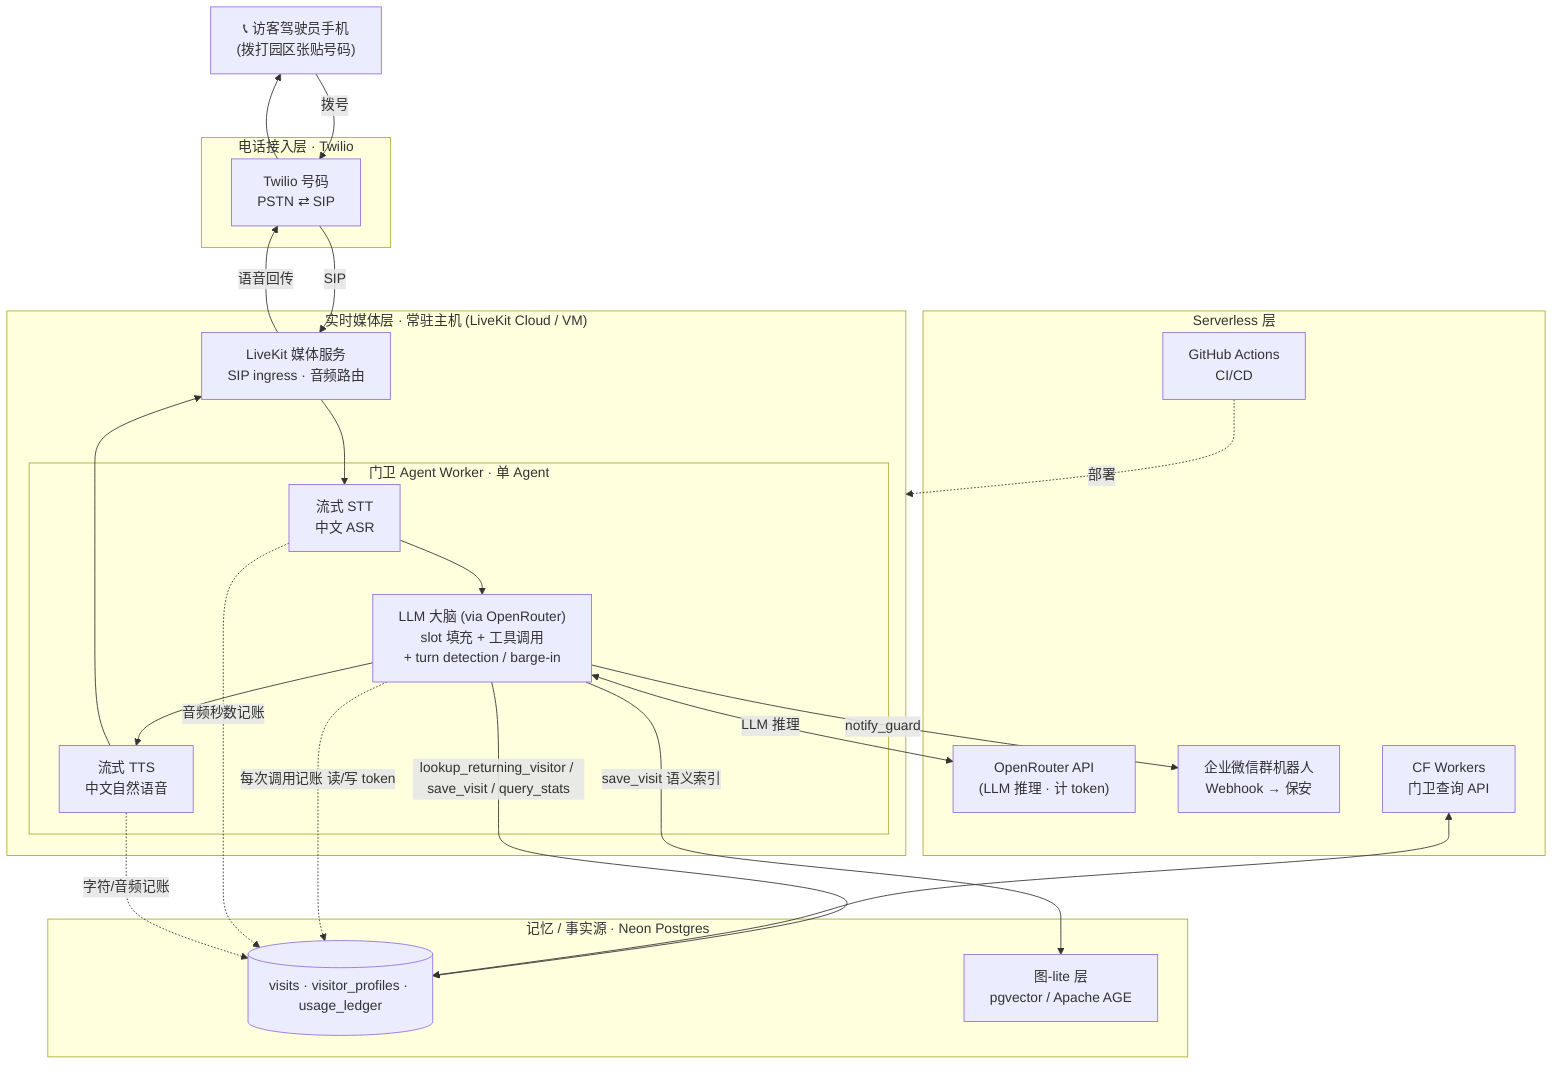
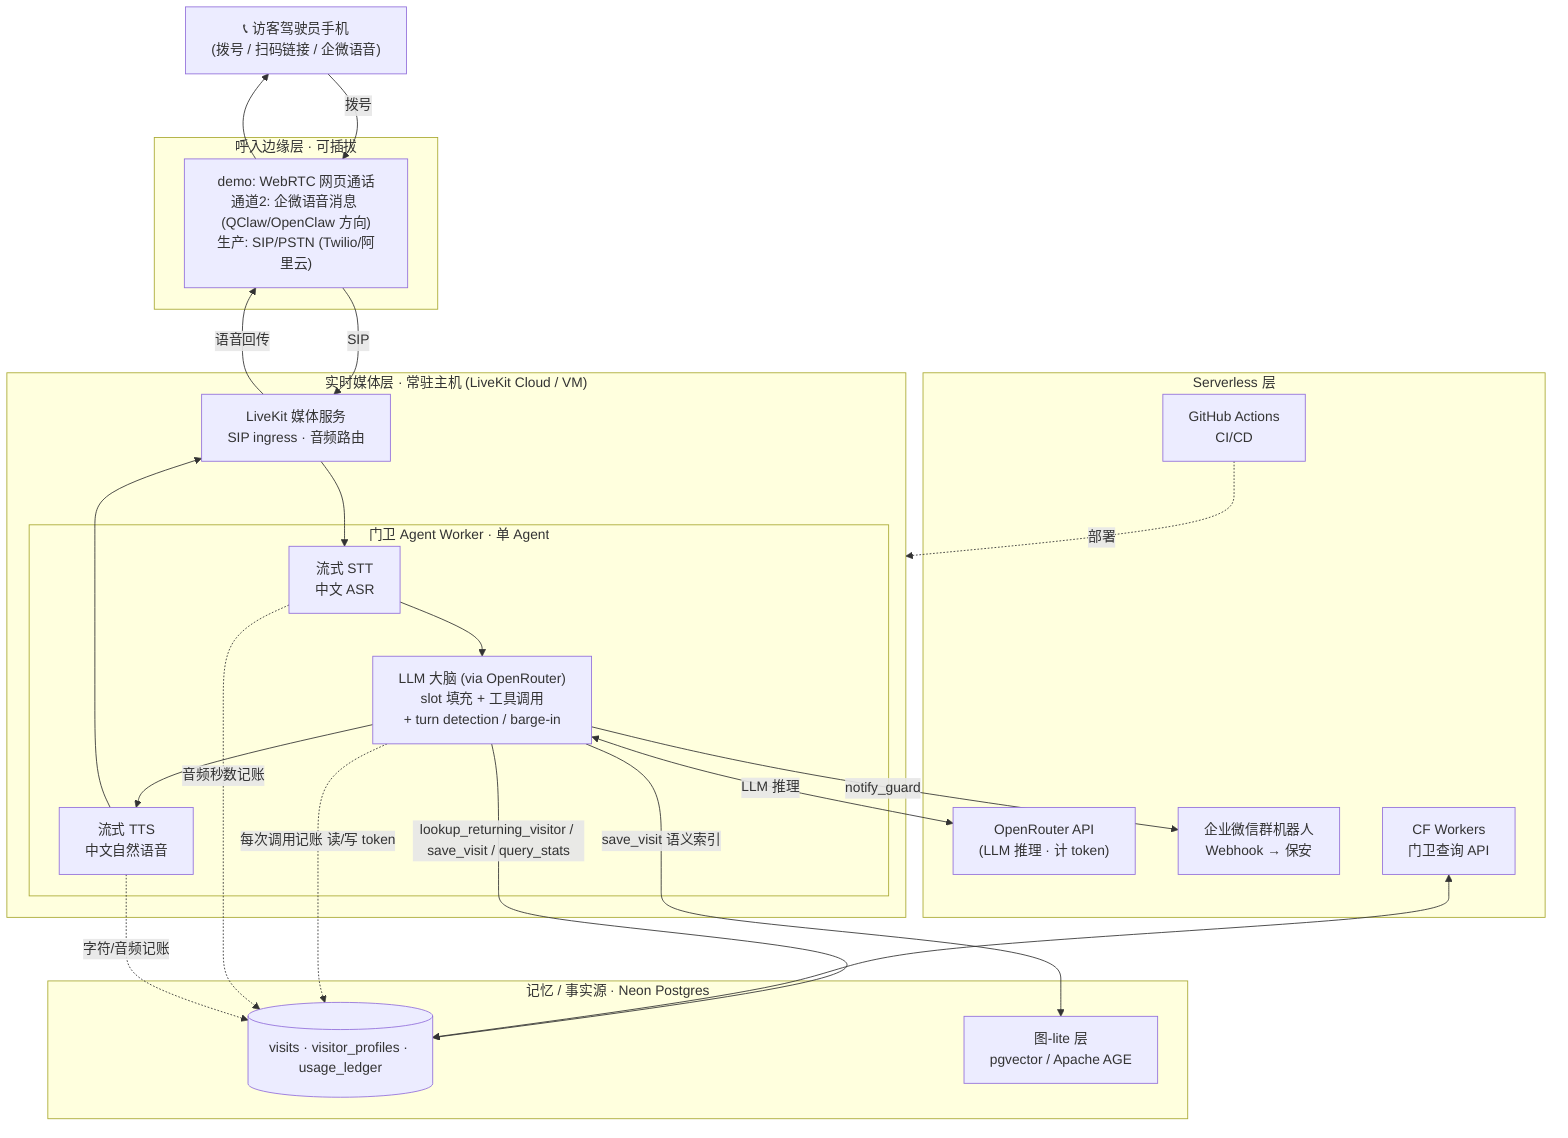
%% AgentGuard — 语音门卫访客登记系统 · 架构图
%% 渲染: mermaid.live 或 VS Code Mermaid 插件 / 之后同步到 Figma
flowchart TB
-     U["📞 访客驾驶员手机<br/>(拨打园区张贴号码)"]
+     U["📞 访客驾驶员手机<br/>(拨号 / 扫码链接 / 企微语音)"]

-     subgraph telephony["电话接入层 · Twilio"]
-         TW["Twilio 号码<br/>PSTN ⇄ SIP"]
+     subgraph telephony["呼入边缘层 · 可插拔"]
+         TW["demo: WebRTC 网页通话<br/>通道2: 企微语音消息 (QClaw/OpenClaw 方向)<br/>生产: SIP/PSTN (Twilio/阿里云)"]
    end

    subgraph media["实时媒体层 · 常驻主机 (LiveKit Cloud / VM)"]
        LK["LiveKit 媒体服务<br/>SIP ingress · 音频路由"]
        subgraph agent["门卫 Agent Worker · 单 Agent"]
            STT["流式 STT<br/>中文 ASR"]
            BRAIN["LLM 大脑 (via OpenRouter)<br/>slot 填充 + 工具调用<br/>+ turn detection / barge-in"]
            TTS["流式 TTS<br/>中文自然语音"]
        end
    end

    subgraph memory["记忆 / 事实源 · Neon Postgres"]
        DB[("visits · visitor_profiles · usage_ledger")]
        GL["图-lite 层<br/>pgvector / Apache AGE"]
    end

    subgraph serverless["Serverless 层"]
        OR["OpenRouter API<br/>(LLM 推理 · 计 token)"]
        WECOM["企业微信群机器人<br/>Webhook → 保安"]
        CF["CF Workers<br/>门卫查询 API"]
        GHA["GitHub Actions<br/>CI/CD"]
    end

    U -->|拨号| TW -->|SIP| LK --> STT --> BRAIN --> TTS --> LK -->|语音回传| TW --> U
    BRAIN <-->|LLM 推理| OR
    BRAIN -->|lookup_returning_visitor / save_visit / query_stats| DB
    BRAIN -->|save_visit 语义索引| GL
    BRAIN -->|notify_guard| WECOM
    CF <--> DB
    BRAIN -.->|每次调用记账 读/写 token| DB
    STT -.->|音频秒数记账| DB
    TTS -.->|字符/音频记账| DB
    GHA -.->|部署| media
